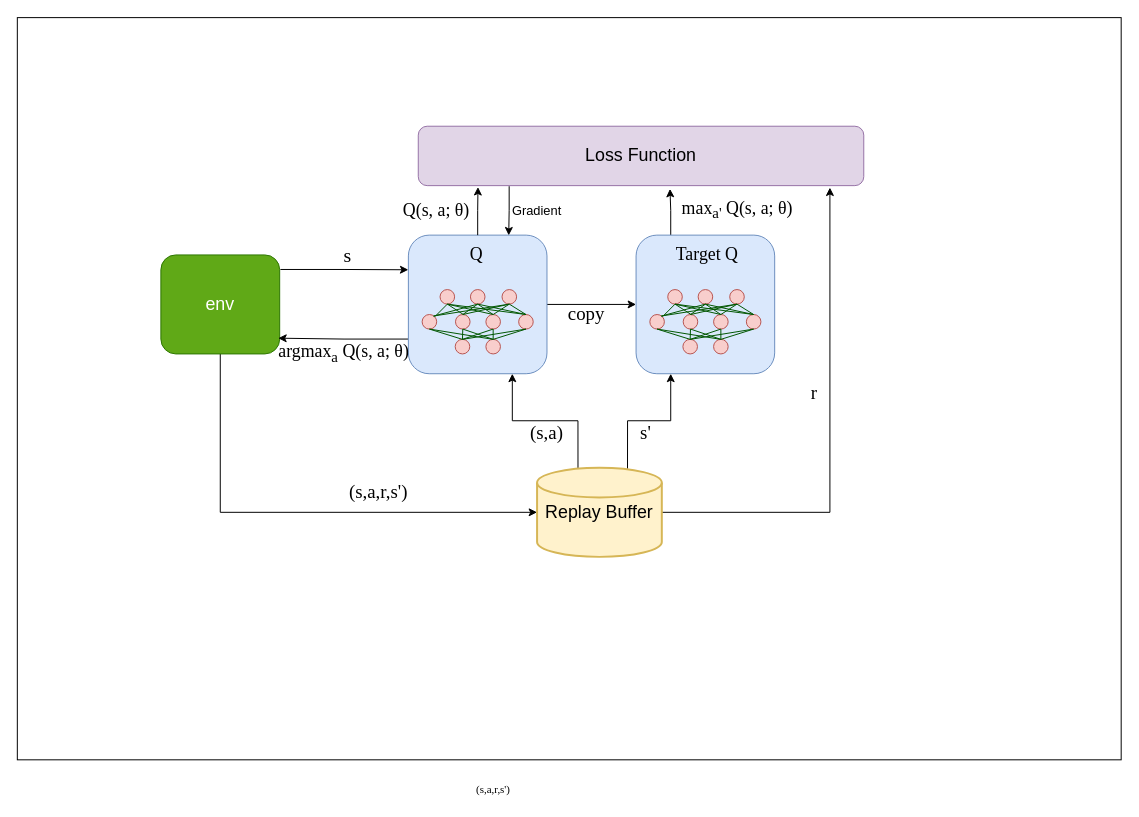
Earlier version of the draw.io diagram ddqn.drawio (lishuai-0/picture_source_file_draw_io). Source tidied: cells renumbered, new cells numbered last; positions are measured from the earlier drawing's top-left corner, leaving out a move shared by most shapes. Both pictures are drawn from the tidied source at 99%, with x=0, y=0 at pixel (17, 17).
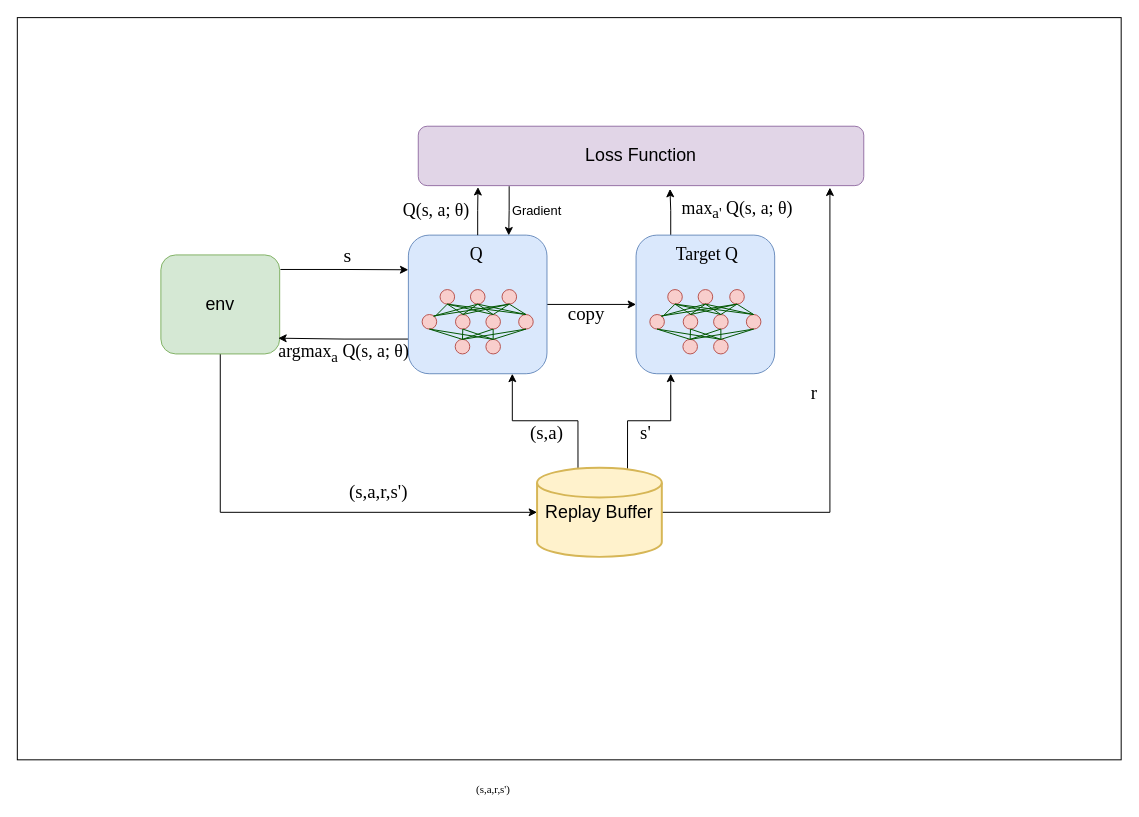
The same page after the edit.

What changed in the source:
```diff
@@
-    <mxCell id="5" value="&lt;font style=&quot;font-size: 18px;&quot;&gt;env&lt;/font&gt;" style="rounded=1;whiteSpace=wrap;html=1;fillColor=#60a917;fontColor=#ffffff;strokeColor=#2D7600;" parent="1" vertex="1">
+    <mxCell id="5" value="&lt;font style=&quot;font-size: 18px;&quot;&gt;env&lt;/font&gt;" style="rounded=1;whiteSpace=wrap;html=1;fillColor=#d5e8d4;strokeColor=#82b366;" parent="1" vertex="1">
       <mxGeometry x="145" y="240" width="120" height="100" as="geometry" />
     </mxCell>
```
